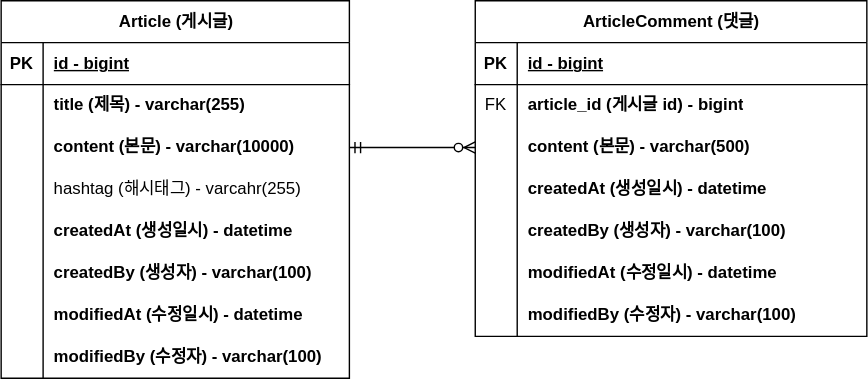
The draw.io diagram document/project-board-erd.svg in zjdtm/fastcampus-project-board, before a commit. Source tidied: cells renumbered, new cells last; positions are measured from the earlier drawing's top-left corner, leaving out a move shared by most shapes.
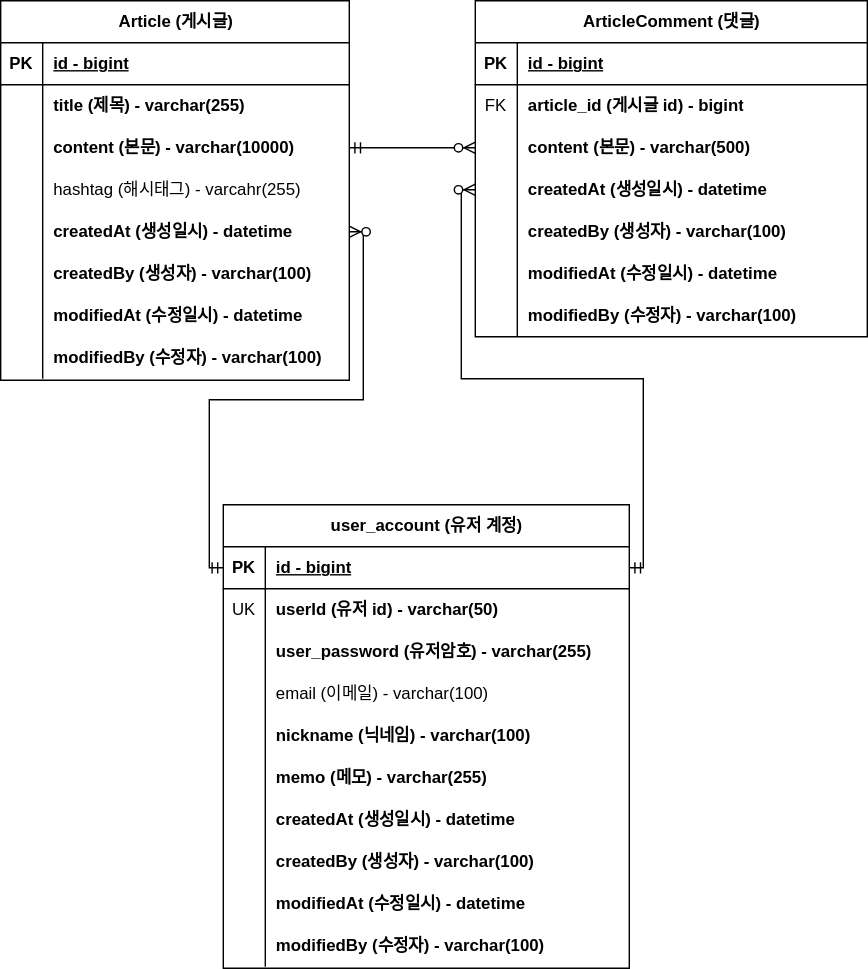
After the change.

Commit message:
#13 - 회원 계정 도메인 구현 및 erd 반영

The edit, as a diff of the source:
```diff
@@ -3,7 +3,7 @@
     <mxCell id="0" />
     <mxCell id="1" parent="0" />
     <mxCell id="2" value="Article (게시글)" style="shape=table;startSize=30;rowLines=0;fontStyle=1;align=center;html=1;" parent="1" vertex="1">
-      <mxGeometry width="249" height="270" as="geometry" />
+      <mxGeometry width="249" height="271" as="geometry" />
     </mxCell>
     <mxCell id="3" style="shape=tableRow;horizontal=0;startSize=0;swimlaneHead=0;swimlaneBody=0;fillColor=none;top=0;left=0;right=0;bottom=1;" parent="2" vertex="1">
       <mxGeometry y="30" width="249" height="30" as="geometry" />
@@ -146,5 +146,104 @@
     <mxCell id="49" style="edgeStyle=entityRelationEdgeStyle;fontSize=12;html=1;endArrow=ERzeroToMany;startArrow=ERmandOne;rounded=0;exitX=1;exitY=0.5;exitDx=0;exitDy=0;entryX=0;entryY=0.5;entryDx=0;entryDy=0;" parent="1" edge="1" source="9" target="34">
       <mxGeometry relative="1" as="geometry" />
     </mxCell>
+    <mxCell id="50" value="user_account (유저 계정)" style="shape=table;startSize=30;rowLines=0;fontStyle=1;align=center;html=1;" parent="1" vertex="1">
+      <mxGeometry x="159" y="360" width="290" height="331" as="geometry" />
+    </mxCell>
+    <mxCell id="51" style="shape=tableRow;horizontal=0;startSize=0;swimlaneHead=0;swimlaneBody=0;fillColor=none;points=[[0,0.5],[1,0.5]];portConstraint=eastwest;top=0;left=0;right=0;bottom=1;" parent="50" vertex="1">
+      <mxGeometry y="30" width="290" height="30" as="geometry" />
+    </mxCell>
+    <mxCell id="52" value="PK" style="shape=partialRectangle;fillColor=none;top=0;left=0;bottom=0;right=0;fontStyle=1;overflow=hidden;whiteSpace=wrap;html=1;" parent="51" vertex="1">
+      <mxGeometry width="30" height="30" as="geometry" />
+    </mxCell>
+    <mxCell id="53" value="id - bigint" style="shape=partialRectangle;fillColor=none;top=0;left=0;bottom=0;right=0;align=left;spacingLeft=6;fontStyle=5;overflow=hidden;whiteSpace=wrap;html=1;" parent="51" vertex="1">
+      <mxGeometry x="30" width="260" height="30" as="geometry" />
+    </mxCell>
+    <mxCell id="54" style="shape=tableRow;horizontal=0;startSize=0;swimlaneHead=0;swimlaneBody=0;fillColor=none;top=0;left=0;right=0;bottom=0;" parent="50" vertex="1">
+      <mxGeometry y="60" width="290" height="30" as="geometry" />
+    </mxCell>
+    <mxCell id="55" value="UK" style="shape=partialRectangle;fillColor=none;top=0;left=0;bottom=0;right=0;overflow=hidden;whiteSpace=wrap;html=1;" parent="54" vertex="1">
+      <mxGeometry width="30" height="30" as="geometry" />
+    </mxCell>
+    <mxCell id="56" value="userId (유저 id) - varchar(50)&lt;span style=&quot;white-space: pre;&quot;&gt;&#9;&lt;/span&gt;&lt;br&gt;" style="shape=partialRectangle;fillColor=none;top=0;left=0;bottom=0;right=0;align=left;spacingLeft=6;overflow=hidden;whiteSpace=wrap;html=1;fontStyle=1;" parent="54" vertex="1">
+      <mxGeometry x="30" width="260" height="30" as="geometry" />
+    </mxCell>
+    <mxCell id="57" style="shape=tableRow;horizontal=0;startSize=0;swimlaneHead=0;swimlaneBody=0;fillColor=none;top=0;left=0;right=0;bottom=0;" parent="50" vertex="1">
+      <mxGeometry y="90" width="290" height="30" as="geometry" />
+    </mxCell>
+    <mxCell id="58" style="shape=partialRectangle;fillColor=none;top=0;left=0;bottom=0;right=0;overflow=hidden;whiteSpace=wrap;html=1;" parent="57" vertex="1">
+      <mxGeometry width="30" height="30" as="geometry" />
+    </mxCell>
+    <mxCell id="59" value="user_password (유저암호) - varchar(255)" style="shape=partialRectangle;fillColor=none;top=0;left=0;bottom=0;right=0;align=left;spacingLeft=6;overflow=hidden;whiteSpace=wrap;html=1;fontStyle=1;" parent="57" vertex="1">
+      <mxGeometry x="30" width="260" height="30" as="geometry" />
+    </mxCell>
+    <mxCell id="60" style="shape=tableRow;horizontal=0;startSize=0;swimlaneHead=0;swimlaneBody=0;fillColor=none;top=0;left=0;right=0;bottom=0;" parent="50" vertex="1">
+      <mxGeometry y="120" width="290" height="30" as="geometry" />
+    </mxCell>
+    <mxCell id="61" style="shape=partialRectangle;fillColor=none;top=0;left=0;bottom=0;right=0;overflow=hidden;whiteSpace=wrap;html=1;" parent="60" vertex="1">
+      <mxGeometry width="30" height="30" as="geometry" />
+    </mxCell>
+    <mxCell id="62" value="email (이메일) - varchar(100)" style="shape=partialRectangle;fillColor=none;top=0;left=0;bottom=0;right=0;align=left;spacingLeft=6;overflow=hidden;whiteSpace=wrap;html=1;" parent="60" vertex="1">
+      <mxGeometry x="30" width="260" height="30" as="geometry" />
+    </mxCell>
+    <mxCell id="63" style="shape=tableRow;horizontal=0;startSize=0;swimlaneHead=0;swimlaneBody=0;fillColor=none;top=0;left=0;right=0;bottom=0;" parent="50" vertex="1">
+      <mxGeometry y="150" width="290" height="30" as="geometry" />
+    </mxCell>
+    <mxCell id="64" style="shape=partialRectangle;fillColor=none;top=0;left=0;bottom=0;right=0;overflow=hidden;whiteSpace=wrap;html=1;" parent="63" vertex="1">
+      <mxGeometry width="30" height="30" as="geometry" />
+    </mxCell>
+    <mxCell id="65" value="nickname (닉네임) - varchar(100)" style="shape=partialRectangle;fillColor=none;top=0;left=0;bottom=0;right=0;align=left;spacingLeft=6;overflow=hidden;whiteSpace=wrap;html=1;fontStyle=1;" parent="63" vertex="1">
+      <mxGeometry x="30" width="260" height="30" as="geometry" />
+    </mxCell>
+    <mxCell id="66" style="shape=tableRow;horizontal=0;startSize=0;swimlaneHead=0;swimlaneBody=0;fillColor=none;top=0;left=0;right=0;bottom=0;" parent="50" vertex="1">
+      <mxGeometry y="180" width="290" height="30" as="geometry" />
+    </mxCell>
+    <mxCell id="67" style="shape=partialRectangle;fillColor=none;top=0;left=0;bottom=0;right=0;overflow=hidden;whiteSpace=wrap;html=1;" parent="66" vertex="1">
+      <mxGeometry width="30" height="30" as="geometry" />
+    </mxCell>
+    <mxCell id="68" value="memo (메모) - varchar(255)" style="shape=partialRectangle;fillColor=none;top=0;left=0;bottom=0;right=0;align=left;spacingLeft=6;overflow=hidden;whiteSpace=wrap;html=1;fontStyle=1;" parent="66" vertex="1">
+      <mxGeometry x="30" width="260" height="30" as="geometry" />
+    </mxCell>
+    <mxCell id="69" style="shape=tableRow;horizontal=0;startSize=0;swimlaneHead=0;swimlaneBody=0;fillColor=none;top=0;left=0;right=0;bottom=0;" parent="50" vertex="1">
+      <mxGeometry y="210" width="290" height="30" as="geometry" />
+    </mxCell>
+    <mxCell id="70" value="&lt;span style=&quot;white-space: pre;&quot;&gt;&#9;&lt;/span&gt;&lt;span style=&quot;white-space: pre;&quot;&gt;&#9;&lt;/span&gt;&lt;span style=&quot;white-space: pre;&quot;&gt;&#9;&lt;/span&gt;&lt;span style=&quot;white-space: pre;&quot;&gt;&#9;&lt;/span&gt;" style="shape=partialRectangle;fillColor=none;top=0;left=0;bottom=0;right=0;overflow=hidden;whiteSpace=wrap;html=1;" parent="69" vertex="1">
+      <mxGeometry width="30" height="30" as="geometry" />
+    </mxCell>
+    <mxCell id="71" value="createdAt (생성일시) - datetime" style="shape=partialRectangle;fillColor=none;top=0;left=0;bottom=0;right=0;align=left;spacingLeft=6;overflow=hidden;whiteSpace=wrap;html=1;fontStyle=1;" parent="69" vertex="1">
+      <mxGeometry x="30" width="260" height="30" as="geometry" />
+    </mxCell>
+    <mxCell id="72" style="shape=tableRow;horizontal=0;startSize=0;swimlaneHead=0;swimlaneBody=0;fillColor=none;top=0;left=0;right=0;bottom=0;" parent="50" vertex="1">
+      <mxGeometry y="240" width="290" height="30" as="geometry" />
+    </mxCell>
+    <mxCell id="73" value="&lt;br&gt;" style="shape=partialRectangle;fillColor=none;top=0;left=0;bottom=0;right=0;overflow=hidden;whiteSpace=wrap;html=1;" parent="72" vertex="1">
+      <mxGeometry width="30" height="30" as="geometry" />
+    </mxCell>
+    <mxCell id="74" value="createdBy (생성자) - varchar(100)" style="shape=partialRectangle;fillColor=none;top=0;left=0;bottom=0;right=0;align=left;spacingLeft=6;overflow=hidden;whiteSpace=wrap;html=1;fontStyle=1;" parent="72" vertex="1">
+      <mxGeometry x="30" width="260" height="30" as="geometry" />
+    </mxCell>
+    <mxCell id="75" style="shape=tableRow;horizontal=0;startSize=0;swimlaneHead=0;swimlaneBody=0;fillColor=none;top=0;left=0;right=0;bottom=0;" parent="50" vertex="1">
+      <mxGeometry y="270" width="290" height="30" as="geometry" />
+    </mxCell>
+    <mxCell id="76" value="&lt;br&gt;" style="shape=partialRectangle;fillColor=none;top=0;left=0;bottom=0;right=0;overflow=hidden;whiteSpace=wrap;html=1;" parent="75" vertex="1">
+      <mxGeometry width="30" height="30" as="geometry" />
+    </mxCell>
+    <mxCell id="77" value="modifiedAt (수정일시) - datetime" style="shape=partialRectangle;fillColor=none;top=0;left=0;bottom=0;right=0;align=left;spacingLeft=6;overflow=hidden;whiteSpace=wrap;html=1;fontStyle=1;" parent="75" vertex="1">
+      <mxGeometry x="30" width="260" height="30" as="geometry" />
+    </mxCell>
+    <mxCell id="78" style="shape=tableRow;horizontal=0;startSize=0;swimlaneHead=0;swimlaneBody=0;fillColor=none;top=0;left=0;right=0;bottom=0;" parent="50" vertex="1">
+      <mxGeometry y="300" width="290" height="30" as="geometry" />
+    </mxCell>
+    <mxCell id="79" value="&lt;br&gt;" style="shape=partialRectangle;fillColor=none;top=0;left=0;bottom=0;right=0;overflow=hidden;whiteSpace=wrap;html=1;" parent="78" vertex="1">
+      <mxGeometry width="30" height="30" as="geometry" />
+    </mxCell>
+    <mxCell id="80" value="modifiedBy (수정자) - varchar(100)" style="shape=partialRectangle;fillColor=none;top=0;left=0;bottom=0;right=0;align=left;spacingLeft=6;overflow=hidden;whiteSpace=wrap;html=1;fontStyle=1;" parent="78" vertex="1">
+      <mxGeometry x="30" width="260" height="30" as="geometry" />
+    </mxCell>
+    <mxCell id="81" style="edgeStyle=orthogonalEdgeStyle;fontSize=12;html=1;endArrow=ERzeroToMany;startArrow=ERmandOne;rounded=0;exitX=0;exitY=0.5;exitDx=0;exitDy=0;entryX=1;entryY=0.5;entryDx=0;entryDy=0;" parent="1" edge="1" source="51" target="15">
+      <mxGeometry relative="1" as="geometry" />
+    </mxCell>
+    <mxCell id="82" style="edgeStyle=orthogonalEdgeStyle;fontSize=12;html=1;endArrow=ERzeroToMany;startArrow=ERmandOne;rounded=0;exitX=1;exitY=0.5;exitDx=0;exitDy=0;entryX=0;entryY=0.5;entryDx=0;entryDy=0;" parent="1" edge="1" source="51" target="37">
+      <mxGeometry relative="1" as="geometry" />
+    </mxCell>
   </root>
 </mxGraphModel>
```
